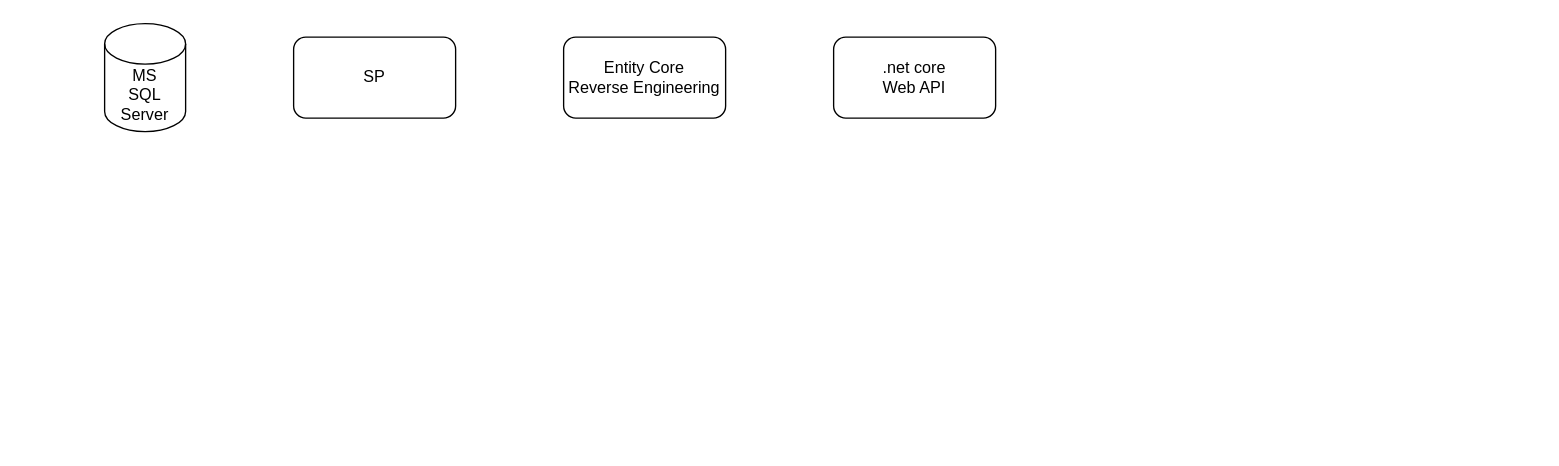
Earlier version of the draw.io diagram Dev Flow/Dev Flow.drawio (vinceliao99/MyDiagrams). Source tidied: cells renumbered, new cells numbered last; positions are measured from the earlier drawing's top-left corner, leaving out a move shared by most shapes. Both pictures are drawn from the tidied source at 135%, with x=0, y=0 at pixel (104, 23).
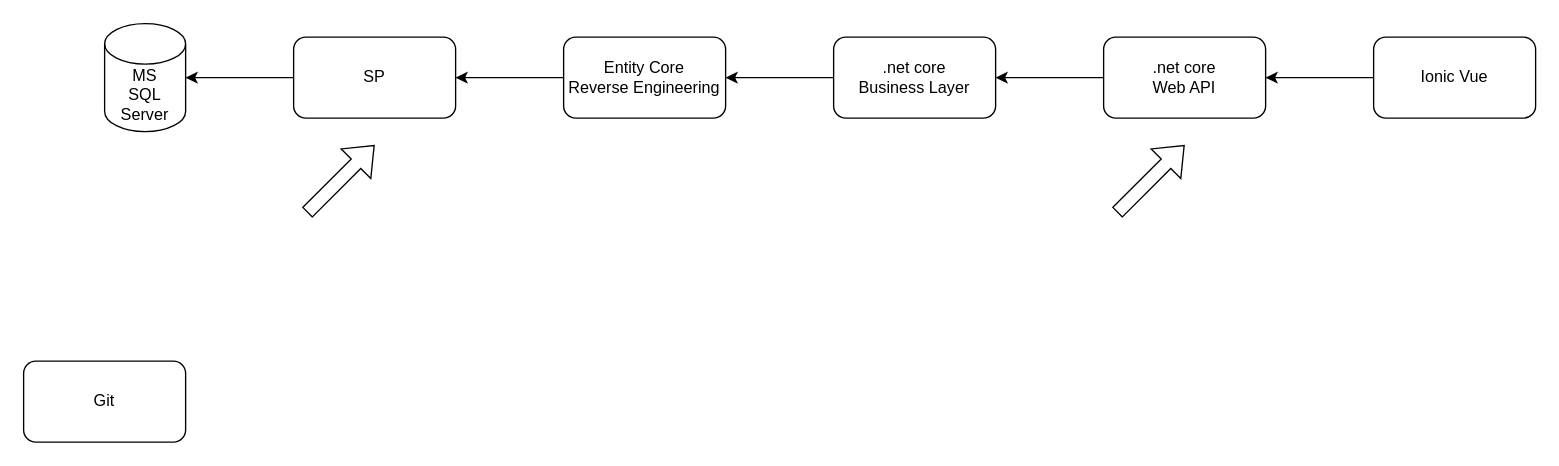
Above is the later version.

What changed in the source:
```diff
@@
 <mxGraphModel>
   <root>
     <mxCell id="0" />
     <mxCell id="1" parent="0" />
     <mxCell id="2" value="MS&lt;div&gt;SQL&lt;/div&gt;&lt;div&gt;Server&lt;/div&gt;" style="shape=cylinder3;whiteSpace=wrap;html=1;boundedLbl=1;backgroundOutline=1;size=15;" parent="1" vertex="1">
       <mxGeometry width="60" height="80" as="geometry" />
     </mxCell>
+    <mxCell id="6" style="edgeStyle=orthogonalEdgeStyle;rounded=0;jettySize=auto;html=1;exitX=0;exitY=0.5;exitDx=0;exitDy=0;" parent="1" edge="1" source="3" target="2">
+      <mxGeometry relative="1" as="geometry" />
+    </mxCell>
     <mxCell id="3" value="SP" style="rounded=1;whiteSpace=wrap;html=1;" parent="1" vertex="1">
       <mxGeometry x="140" y="10" width="120" height="60" as="geometry" />
     </mxCell>
+    <mxCell id="7" style="edgeStyle=orthogonalEdgeStyle;rounded=0;jettySize=auto;html=1;exitX=0;exitY=0.5;exitDx=0;exitDy=0;entryX=1;entryY=0.5;entryDx=0;entryDy=0;" parent="1" edge="1" source="4" target="10">
+      <mxGeometry relative="1" as="geometry" />
+    </mxCell>
     <mxCell id="4" value=".net core&lt;div&gt;Web API&lt;/div&gt;" style="rounded=1;whiteSpace=wrap;html=1;" parent="1" vertex="1">
-      <mxGeometry x="540" y="10" width="120" height="60" as="geometry" />
+      <mxGeometry x="740" y="10" width="120" height="60" as="geometry" />
     </mxCell>
+    <mxCell id="8" style="edgeStyle=orthogonalEdgeStyle;rounded=0;jettySize=auto;html=1;exitX=0;exitY=0.5;exitDx=0;exitDy=0;" parent="1" edge="1" source="5" target="3">
+      <mxGeometry relative="1" as="geometry" />
+    </mxCell>
     <mxCell id="5" value="Entity Core&lt;div&gt;Reverse Engineering&lt;/div&gt;" style="rounded=1;whiteSpace=wrap;html=1;" parent="1" vertex="1">
       <mxGeometry x="340" y="10" width="120" height="60" as="geometry" />
     </mxCell>
+    <mxCell id="9" style="edgeStyle=orthogonalEdgeStyle;rounded=0;jettySize=auto;html=1;exitX=0;exitY=0.5;exitDx=0;exitDy=0;entryX=1;entryY=0.5;entryDx=0;entryDy=0;" parent="1" edge="1" source="10" target="5">
+      <mxGeometry relative="1" as="geometry" />
+    </mxCell>
+    <mxCell id="10" value=".net core&lt;div&gt;Business Layer&lt;/div&gt;" style="rounded=1;whiteSpace=wrap;html=1;" parent="1" vertex="1">
+      <mxGeometry x="540" y="10" width="120" height="60" as="geometry" />
+    </mxCell>
+    <mxCell id="11" style="edgeStyle=orthogonalEdgeStyle;rounded=0;jettySize=auto;html=1;exitX=0;exitY=0.5;exitDx=0;exitDy=0;entryX=1;entryY=0.5;entryDx=0;entryDy=0;" parent="1" edge="1" source="12" target="4">
+      <mxGeometry relative="1" as="geometry" />
+    </mxCell>
+    <mxCell id="12" value="Ionic Vue" style="rounded=1;whiteSpace=wrap;html=1;" parent="1" vertex="1">
+      <mxGeometry x="940" y="10" width="120" height="60" as="geometry" />
+    </mxCell>
+    <mxCell id="13" style="shape=flexArrow;endArrow=classic;html=1;rounded=0;" parent="1" edge="1">
+      <mxGeometry relative="1" as="geometry">
+        <mxPoint x="750" y="140" as="sourcePoint" />
+        <mxPoint x="800" y="90" as="targetPoint" />
+      </mxGeometry>
+    </mxCell>
+    <mxCell id="14" style="shape=flexArrow;endArrow=classic;html=1;rounded=0;" parent="1" edge="1">
+      <mxGeometry relative="1" as="geometry">
+        <mxPoint x="150" y="140" as="sourcePoint" />
+        <mxPoint x="200" y="90" as="targetPoint" />
+      </mxGeometry>
+    </mxCell>
+    <mxCell id="15" value="Git" style="rounded=1;whiteSpace=wrap;html=1;" parent="1" vertex="1">
+      <mxGeometry x="-60" y="250" width="120" height="60" as="geometry" />
+    </mxCell>
   </root>
 </mxGraphModel>
```
